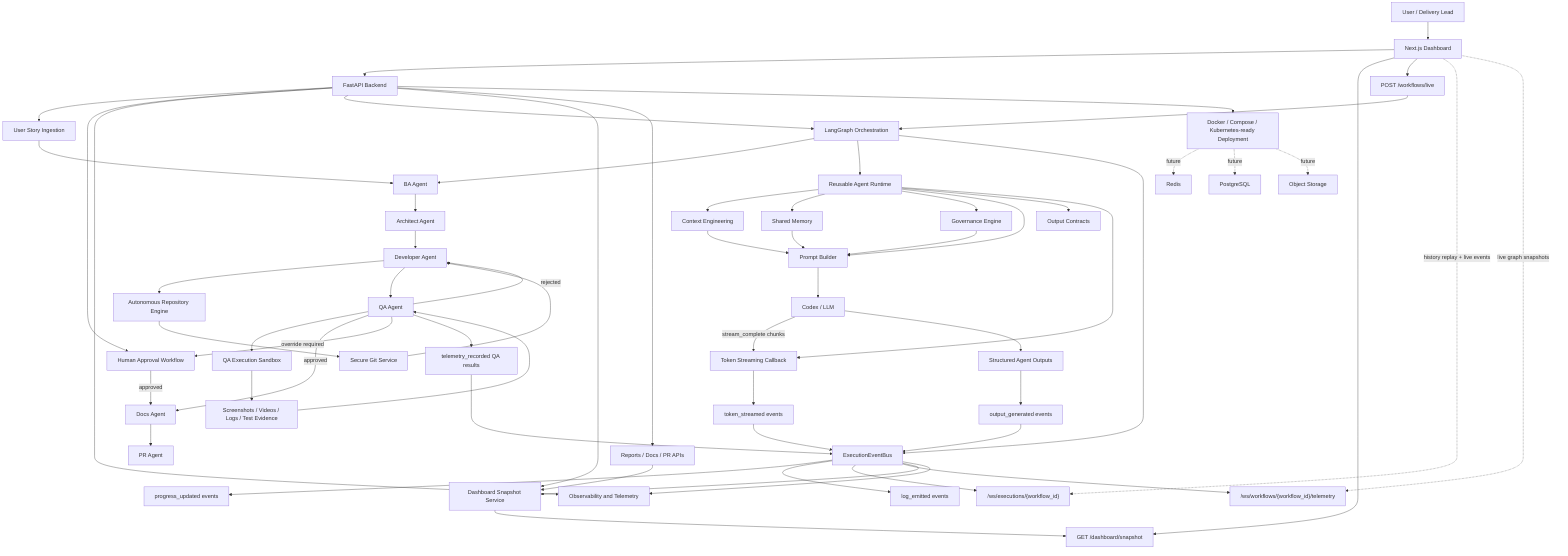
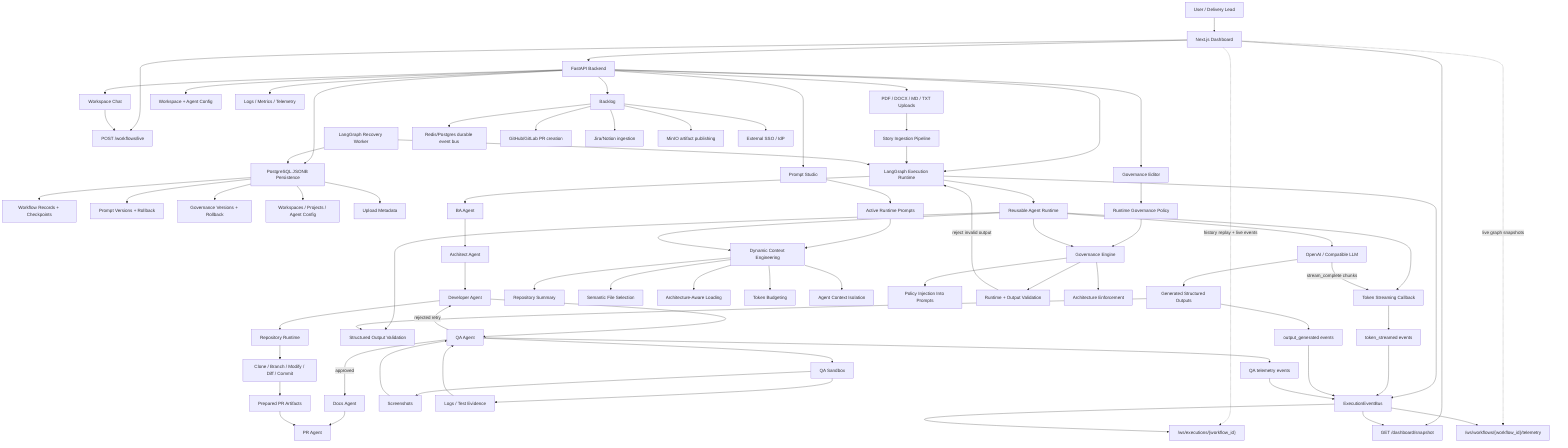
flowchart TB
  User["User / Delivery Lead"] --> Frontend["Next.js Dashboard"]
  Frontend --> API["FastAPI Backend"]
  Frontend --> Snapshot["GET /dashboard/snapshot"]
  Frontend --> LiveStart["POST /workflows/live"]
  Frontend -. "history replay + live events" .-> ExecutionWS["/ws/executions/{workflow_id}"]
  Frontend -. "live graph snapshots" .-> TelemetryWS["/ws/workflows/{workflow_id}/telemetry"]

-   API --> Ingestion["User Story Ingestion"]
-   API --> Approvals["Human Approval Workflow"]
-   API --> Observability["Observability and Telemetry"]
-   API --> Graph["LangGraph Orchestration"]
-   API --> DashboardSnapshot["Dashboard Snapshot Service"]
-   API --> Reports["Reports / Docs / PR APIs"]
+   API --> Uploads["PDF / DOCX / MD / TXT Uploads"]
+   API --> Chat["Workspace Chat"]
+   API --> PromptStudio["Prompt Studio"]
+   API --> GovernanceEditor["Governance Editor"]
+   API --> WorkspaceConfig["Workspace + Agent Config"]
+   API --> Graph["LangGraph Execution Runtime"]
+   API --> Observability["Logs / Metrics / Telemetry"]
+   API --> Persistence["PostgreSQL JSONB Persistence"]

-   Ingestion --> BA["BA Agent"]
-   Graph --> BA
+   Persistence --> WorkflowRecords["Workflow Records + Checkpoints"]
+   Persistence --> PromptVersions["Prompt Versions + Rollback"]
+   Persistence --> GovernanceVersions["Governance Versions + Rollback"]
+   Persistence --> WorkspaceRecords["Workspaces / Projects / Agent Config"]
+   Persistence --> UploadRecords["Upload Metadata"]
+ 
+   Uploads --> Ingestion["Story Ingestion Pipeline"]
+   Chat --> LiveStart
+   Ingestion --> Graph
+ 
+   PromptStudio --> RuntimePrompts["Active Runtime Prompts"]
+   GovernanceEditor --> RuntimePolicy["Runtime Governance Policy"]
+   RuntimePrompts --> ContextEngineering
+   RuntimePolicy --> GovernanceEngine
+ 
+   Graph --> BA["BA Agent"]
  BA --> Architect["Architect Agent"]
  Architect --> Developer["Developer Agent"]
- 
-   Developer --> RepoEngine["Autonomous Repository Engine"]
-   RepoEngine --> Git["Secure Git Service"]
-   Git --> Developer
- 
  Developer --> QA["QA Agent"]
-   QA --> QASandbox["QA Execution Sandbox"]
-   QASandbox --> Evidence["Screenshots / Videos / Logs / Test Evidence"]
-   Evidence --> QA
- 
  QA -->|approved| Docs["Docs Agent"]
-   QA -->|rejected| Developer
-   QA -->|override required| Approvals
-   Approvals -->|approved| Docs
+   QA -->|rejected retry| Developer
  Docs --> PR["PR Agent"]

  Graph --> Runtime["Reusable Agent Runtime"]
-   Runtime --> Context["Context Engineering"]
-   Runtime --> Memory["Shared Memory"]
-   Runtime --> Governance["Governance Engine"]
-   Runtime --> Prompts["Prompt Builder"]
-   Runtime --> Contracts["Output Contracts"]
+   Runtime --> ContextEngineering["Dynamic Context Engineering"]
+   Runtime --> GovernanceEngine["Governance Engine"]
+   Runtime --> OutputValidation["Structured Output Validation"]
  Runtime --> TokenCallback["Token Streaming Callback"]
+   Runtime --> LLM["OpenAI / Compatible LLM"]

-   Context --> Prompts
-   Memory --> Prompts
-   Governance --> Prompts
-   Prompts --> LLM["Codex / LLM"]
+   ContextEngineering --> RepoSummary["Repository Summary"]
+   ContextEngineering --> SemanticFiles["Semantic File Selection"]
+   ContextEngineering --> ArchitectureContext["Architecture-Aware Loading"]
+   ContextEngineering --> TokenBudget["Token Budgeting"]
+   ContextEngineering --> AgentIsolation["Agent Context Isolation"]
+ 
+   GovernanceEngine --> PromptRules["Policy Injection Into Prompts"]
+   GovernanceEngine --> RuntimeValidation["Runtime + Output Validation"]
+   GovernanceEngine --> ArchitectureRules["Architecture Enforcement"]
+   RuntimeValidation -->|reject invalid output| Graph
+ 
+   Developer --> RepoRuntime["Repository Runtime"]
+   RepoRuntime --> Git["Clone / Branch / Modify / Diff / Commit"]
+   Git --> PRArtifacts["Prepared PR Artifacts"]
+   PRArtifacts --> PR
+ 
+   QA --> QASandbox["QA Sandbox"]
+   QASandbox --> Screenshots["Screenshots"]
+   QASandbox --> Evidence["Logs / Test Evidence"]
+   Screenshots --> QA
+   Evidence --> QA
+ 
  LLM -->|"stream_complete chunks"| TokenCallback
-   LLM --> Structured["Structured Agent Outputs"]
-   Structured --> OutputEvents["output_generated events"]
-   QA --> QATelemetry["telemetry_recorded QA results"]
-   TokenCallback --> TokenEvents["token_streamed events"]
+   LLM --> StructuredOutputs["Generated Structured Outputs"]
+   StructuredOutputs --> OutputValidation

  Graph --> EventBus["ExecutionEventBus"]
-   EventBus --> Progress["progress_updated events"]
-   EventBus --> Logs["log_emitted events"]
+   TokenCallback --> TokenEvents["token_streamed events"]
+   StructuredOutputs --> OutputEvents["output_generated events"]
+   QA --> QAEvents["QA telemetry events"]
+   EventBus --> ExecutionWS
+   EventBus --> TelemetryWS
+   EventBus --> Snapshot
  TokenEvents --> EventBus
  OutputEvents --> EventBus
-   QATelemetry --> EventBus
-   EventBus --> ExecutionWS
-   EventBus --> TelemetryWS
-   EventBus --> DashboardSnapshot
-   EventBus --> Observability
-   DashboardSnapshot --> Snapshot
-   LiveStart --> Graph
-   Reports --> DashboardSnapshot
+   QAEvents --> EventBus

-   API --> Deployment["Docker / Compose / Kubernetes-ready Deployment"]
-   Deployment -. "future" .-> Redis["Redis"]
-   Deployment -. "future" .-> Postgres["PostgreSQL"]
-   Deployment -. "future" .-> ObjectStorage["Object Storage"]
+   Worker["LangGraph Recovery Worker"] --> Persistence
+   Worker --> Graph
+ 
+   API --> Backlog["Backlog"]
+   Backlog --> DurableEvents["Redis/Postgres durable event bus"]
+   Backlog --> HostedPRs["GitHub/GitLab PR creation"]
+   Backlog --> JiraNotion["Jira/Notion ingestion"]
+   Backlog --> ObjectStorage["MinIO artifact publishing"]
+   Backlog --> SSO["External SSO / IdP"]
